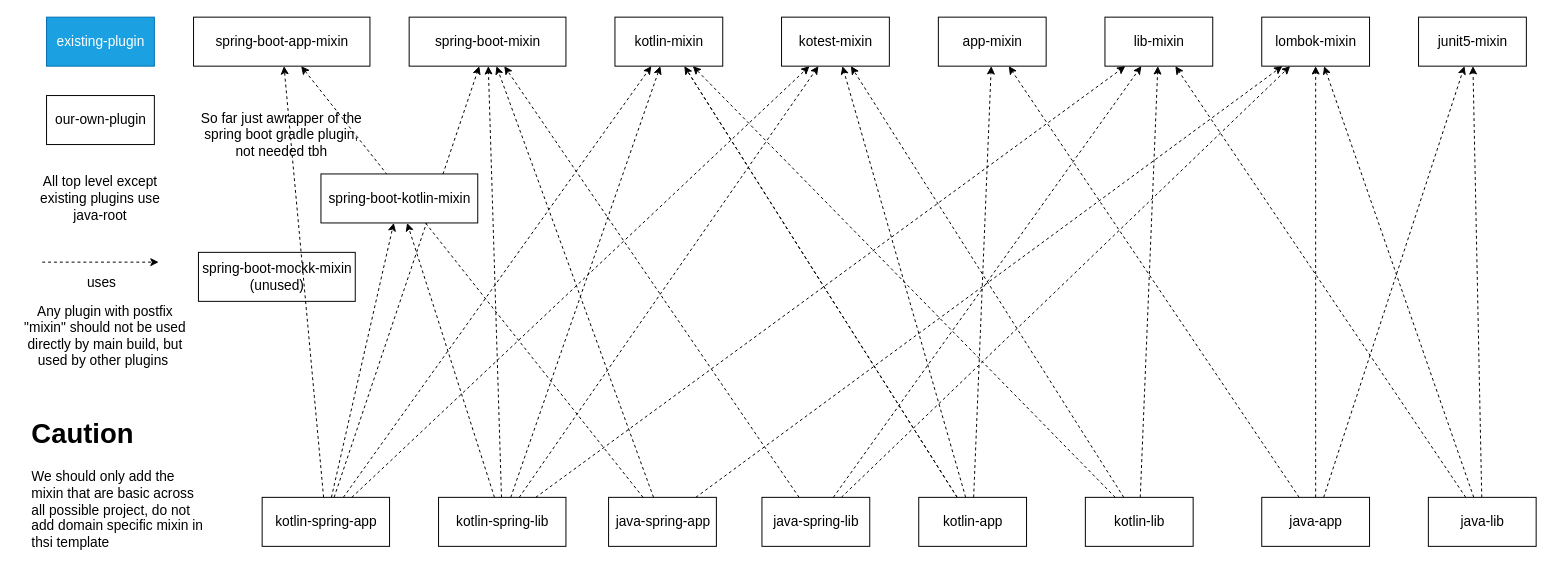
Earlier version of the draw.io diagram gradle/plugins/gradle plugins structure.drawio (CXwudi/modern-gradle-template). Source tidied: cells renumbered, new cells numbered last; positions are measured from the earlier drawing's top-left corner, leaving out a move shared by most shapes. Both pictures are drawn from the tidied source at 98%, with x=0, y=0 at pixel (17, 17).
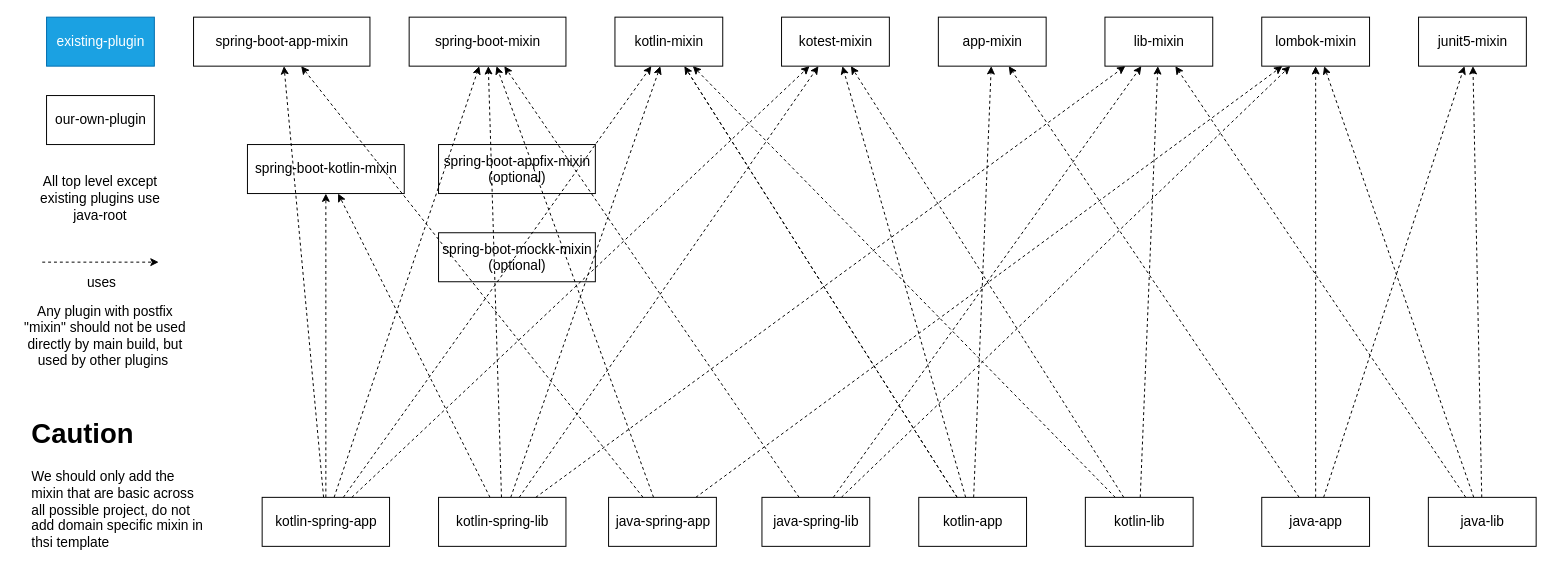
After the change.

The edit, as a diff of the source:
```diff
@@
+    <mxCell id="48" value="spring-boot-kotlin-mixin" style="html=1;fontSize=14;" parent="1" vertex="1">
+      <mxGeometry x="235" y="130" width="160" height="50" as="geometry" />
+    </mxCell>
+    <mxCell id="57" value="spring-boot-appfix-mixin&lt;br&gt;(optional)" style="html=1;fontSize=14;" parent="1" vertex="1">
+      <mxGeometry x="430" y="130" width="160" height="50" as="geometry" />
+    </mxCell>
-    <mxCell id="2" value="spring-boot-mockk-mixin&lt;br&gt;(unused)" style="html=1;fontSize=14;" parent="1" vertex="1">
-      <mxGeometry x="185" y="240" width="160" height="50" as="geometry" />
+    <mxCell id="2" value="spring-boot-mockk-mixin&lt;br&gt;(optional)" style="html=1;fontSize=14;" parent="1" vertex="1">
+      <mxGeometry x="430" y="220" width="160" height="50" as="geometry" />
     </mxCell>
-    <mxCell id="3" value="So far just awrapper of the&lt;br&gt;spring boot gradle plugin, not needed tbh" style="text;html=1;strokeColor=none;fillColor=none;align=center;verticalAlign=middle;whiteSpace=wrap;rounded=0;fontFamily=Helvetica;fontSize=14;fontColor=default;" parent="1" vertex="1">
-      <mxGeometry x="185" y="90" width="170" height="60" as="geometry" />
-    </mxCell>
@@
-    <mxCell id="48" value="spring-boot-kotlin-mixin" style="html=1;fontSize=14;" parent="1" vertex="1">
-      <mxGeometry x="310" y="160" width="160" height="50" as="geometry" />
-    </mxCell>
```
